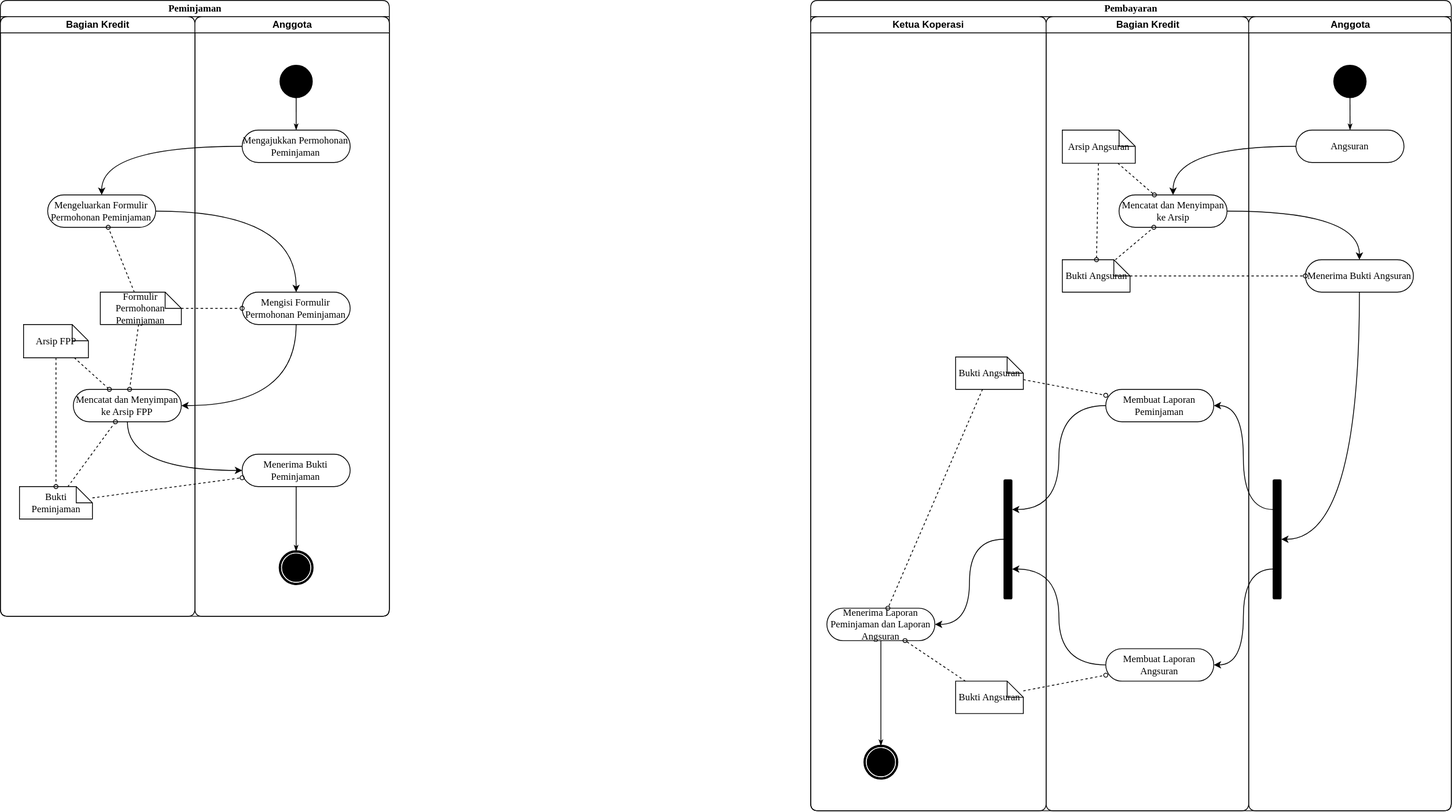
Above: apb-koperasi.drawio.svg in fauzan-radji/diagrams (draw.io), before the change. Source tidied: cells renumbered, new cells last; positions are measured from the earlier drawing's top-left corner, leaving out a move shared by most shapes.
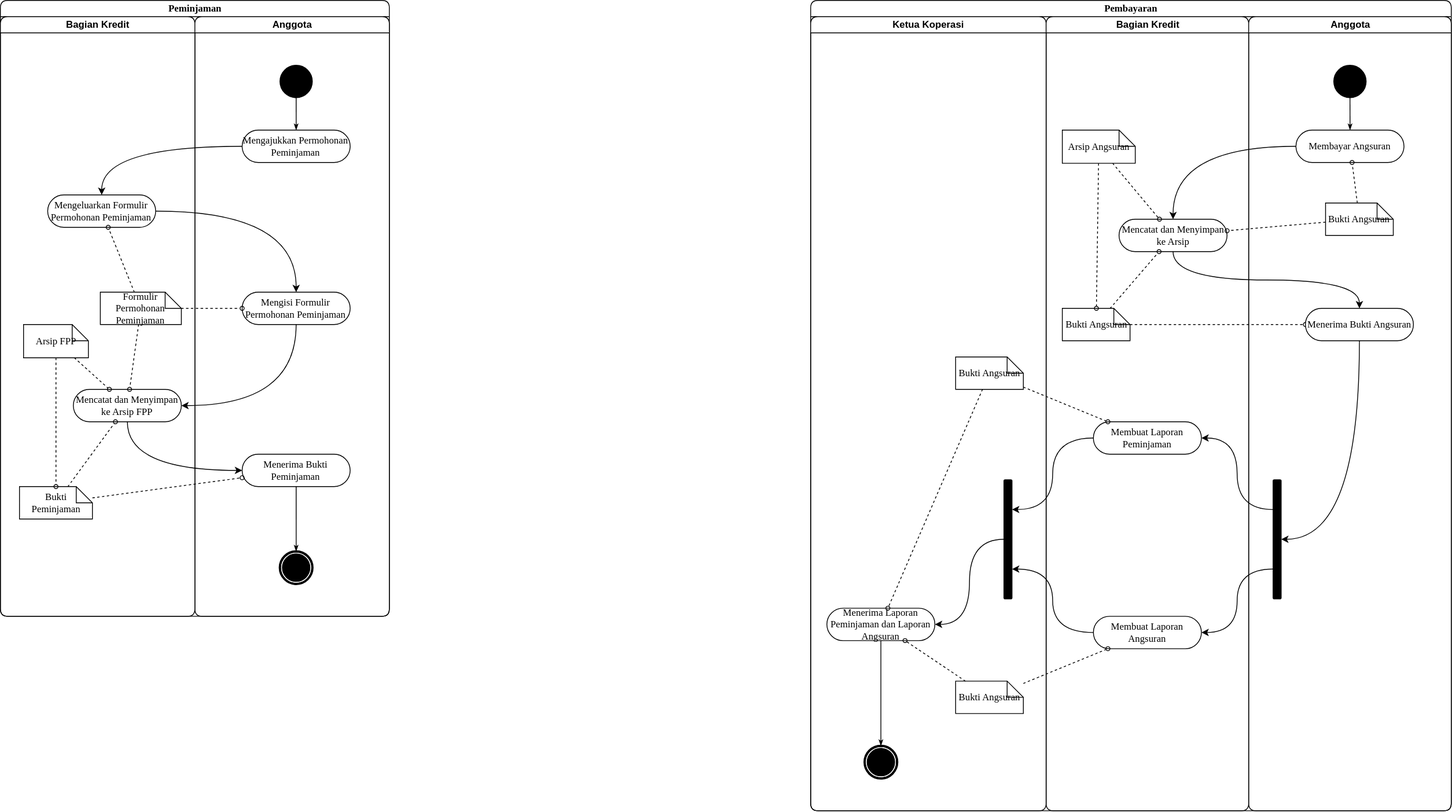
After the change.

Change to the diagram source:
```diff
@@ -119,11 +119,14 @@
     <mxCell id="40" style="edgeStyle=orthogonalEdgeStyle;shape=connector;curved=1;rounded=1;jettySize=auto;html=1;entryX=0.25;entryY=0;entryDx=0;entryDy=0;labelBackgroundColor=default;fontFamily=Helvetica;fontSize=11;fontColor=default;endArrow=classic;strokeColor=default;" parent="28" edge="1" source="48" target="35">
       <mxGeometry relative="1" as="geometry" />
     </mxCell>
+    <mxCell id="62" style="edgeStyle=none;rounded=1;html=1;dashed=1;labelBackgroundColor=none;startArrow=none;startFill=0;startSize=5;endArrow=oval;endFill=0;endSize=5;jettySize=auto;strokeWidth=1;fontFamily=Verdana;fontSize=12;curved=1;" parent="28" edge="1" source="45" target="59">
+      <mxGeometry relative="1" as="geometry" />
+    </mxCell>
     <mxCell id="41" value="Bagian Kredit" style="swimlane;html=1;startSize=20;rounded=1;" parent="28" vertex="1">
       <mxGeometry x="290.6" y="20" width="250" height="980" as="geometry" />
     </mxCell>
     <mxCell id="42" value="Mencatat dan Menyimpan ke Arsip" style="rounded=1;html=1;shadow=0;comic=0;labelBackgroundColor=none;strokeWidth=1;fontFamily=Verdana;fontSize=12;align=center;arcSize=50;whiteSpace=wrap;labelBorderColor=none;glass=0;sketch=0;" parent="41" vertex="1">
-      <mxGeometry x="90" y="220" width="133.3" height="40" as="geometry" />
+      <mxGeometry x="90" y="250" width="133.3" height="40" as="geometry" />
     </mxCell>
     <mxCell id="43" value="Arsip Angsuran" style="shape=note;whiteSpace=wrap;html=1;rounded=1;shadow=0;comic=0;labelBackgroundColor=none;strokeWidth=1;fontFamily=Verdana;fontSize=12;align=center;size=20;" parent="41" vertex="1">
       <mxGeometry x="20" y="140" width="90" height="41" as="geometry" />
@@ -132,7 +135,7 @@
       <mxGeometry relative="1" as="geometry" />
     </mxCell>
     <mxCell id="45" value="Bukti Angsuran" style="shape=note;whiteSpace=wrap;html=1;rounded=1;shadow=0;comic=0;labelBackgroundColor=none;strokeWidth=1;fontFamily=Verdana;fontSize=12;align=center;size=20;" parent="41" vertex="1">
-      <mxGeometry x="20" y="300" width="83.6" height="40" as="geometry" />
+      <mxGeometry x="20" y="360" width="83.6" height="40" as="geometry" />
     </mxCell>
     <mxCell id="46" style="edgeStyle=none;rounded=1;html=1;dashed=1;labelBackgroundColor=none;startArrow=none;startFill=0;startSize=5;endArrow=oval;endFill=0;endSize=5;jettySize=auto;strokeWidth=1;fontFamily=Verdana;fontSize=12;curved=1;" parent="41" edge="1" source="43" target="45">
       <mxGeometry relative="1" as="geometry" />
@@ -141,10 +144,10 @@
       <mxGeometry relative="1" as="geometry" />
     </mxCell>
     <mxCell id="48" value="Membuat Laporan Peminjaman" style="rounded=1;html=1;shadow=0;comic=0;labelBackgroundColor=none;strokeWidth=1;fontFamily=Verdana;fontSize=12;align=center;arcSize=50;whiteSpace=wrap;labelBorderColor=none;glass=0;sketch=0;" parent="41" vertex="1">
-      <mxGeometry x="73.6" y="460" width="133.3" height="40" as="geometry" />
+      <mxGeometry x="58.3" y="500" width="133.3" height="40" as="geometry" />
     </mxCell>
     <mxCell id="49" value="Membuat Laporan Angsuran" style="rounded=1;html=1;shadow=0;comic=0;labelBackgroundColor=none;strokeWidth=1;fontFamily=Verdana;fontSize=12;align=center;arcSize=50;whiteSpace=wrap;labelBorderColor=none;glass=0;sketch=0;" parent="41" vertex="1">
-      <mxGeometry x="73.6" y="780" width="133.3" height="40" as="geometry" />
+      <mxGeometry x="58.3" y="740" width="133.3" height="40" as="geometry" />
     </mxCell>
     <mxCell id="50" style="edgeStyle=orthogonalEdgeStyle;shape=connector;curved=1;rounded=1;jettySize=auto;html=1;exitX=0.75;exitY=1;exitDx=0;exitDy=0;entryX=1;entryY=0.5;entryDx=0;entryDy=0;labelBackgroundColor=default;fontFamily=Helvetica;fontSize=11;fontColor=default;endArrow=classic;strokeColor=default;" parent="28" edge="1" source="60" target="49">
       <mxGeometry relative="1" as="geometry" />
@@ -167,26 +170,32 @@
     <mxCell id="56" style="ellipse;whiteSpace=wrap;html=1;rounded=1;shadow=0;comic=0;labelBackgroundColor=none;strokeWidth=1;fillColor=#000000;fontFamily=Verdana;fontSize=12;align=center;" parent="54" vertex="1">
       <mxGeometry x="105" y="60" width="40" height="40" as="geometry" />
     </mxCell>
-    <mxCell id="57" value="Angsuran" style="rounded=1;html=1;shadow=0;comic=0;labelBackgroundColor=none;strokeWidth=1;fontFamily=Verdana;fontSize=12;align=center;arcSize=50;whiteSpace=wrap;labelBorderColor=none;glass=0;sketch=0;" parent="54" vertex="1">
+    <mxCell id="57" value="Membayar Angsuran" style="rounded=1;html=1;shadow=0;comic=0;labelBackgroundColor=none;strokeWidth=1;fontFamily=Verdana;fontSize=12;align=center;arcSize=50;whiteSpace=wrap;labelBorderColor=none;glass=0;sketch=0;" parent="54" vertex="1">
       <mxGeometry x="58.3" y="140" width="133.3" height="40" as="geometry" />
     </mxCell>
     <mxCell id="58" style="edgeStyle=orthogonalEdgeStyle;shape=connector;curved=1;rounded=1;jettySize=auto;html=1;entryX=0.5;entryY=0;entryDx=0;entryDy=0;labelBackgroundColor=default;fontFamily=Helvetica;fontSize=11;fontColor=default;endArrow=classic;strokeColor=default;exitX=0.5;exitY=1;exitDx=0;exitDy=0;" parent="54" edge="1" source="59" target="60">
       <mxGeometry relative="1" as="geometry" />
     </mxCell>
     <mxCell id="59" value="Menerima Bukti Angsuran" style="rounded=1;html=1;shadow=0;comic=0;labelBackgroundColor=none;strokeWidth=1;fontFamily=Verdana;fontSize=12;align=center;arcSize=50;whiteSpace=wrap;labelBorderColor=none;glass=0;sketch=0;" parent="54" vertex="1">
-      <mxGeometry x="70" y="300" width="133.3" height="40" as="geometry" />
+      <mxGeometry x="70" y="360" width="133.3" height="40" as="geometry" />
     </mxCell>
     <mxCell id="60" style="whiteSpace=wrap;html=1;rounded=1;shadow=0;comic=0;labelBackgroundColor=none;strokeWidth=1;fillColor=#000000;fontFamily=Verdana;fontSize=12;align=center;rotation=90;" parent="54" vertex="1">
       <mxGeometry x="-38.4" y="640" width="147" height="10" as="geometry" />
     </mxCell>
+    <mxCell id="64" value="Bukti Angsuran" style="shape=note;whiteSpace=wrap;html=1;rounded=1;shadow=0;comic=0;labelBackgroundColor=none;strokeWidth=1;fontFamily=Verdana;fontSize=12;align=center;size=20;" parent="54" vertex="1">
+      <mxGeometry x="94.9" y="230" width="83.6" height="40" as="geometry" />
+    </mxCell>
+    <mxCell id="65" style="edgeStyle=none;rounded=1;html=1;dashed=1;labelBackgroundColor=none;startArrow=none;startFill=0;startSize=5;endArrow=oval;endFill=0;endSize=5;jettySize=auto;strokeWidth=1;fontFamily=Verdana;fontSize=12;curved=1;" parent="54" edge="1" source="64" target="57">
+      <mxGeometry relative="1" as="geometry" />
+    </mxCell>
     <mxCell id="61" style="edgeStyle=orthogonalEdgeStyle;shape=connector;curved=1;rounded=1;jettySize=auto;html=1;entryX=0.5;entryY=0;entryDx=0;entryDy=0;labelBackgroundColor=default;fontFamily=Helvetica;fontSize=11;fontColor=default;endArrow=classic;strokeColor=default;" parent="28" edge="1" source="57" target="42">
       <mxGeometry relative="1" as="geometry" />
     </mxCell>
-    <mxCell id="62" style="edgeStyle=none;rounded=1;html=1;dashed=1;labelBackgroundColor=none;startArrow=none;startFill=0;startSize=5;endArrow=oval;endFill=0;endSize=5;jettySize=auto;strokeWidth=1;fontFamily=Verdana;fontSize=12;curved=1;" parent="28" edge="1" source="45" target="59">
-      <mxGeometry relative="1" as="geometry" />
-    </mxCell>
-    <mxCell id="63" style="edgeStyle=orthogonalEdgeStyle;shape=connector;curved=1;rounded=1;jettySize=auto;html=1;entryX=0.5;entryY=0;entryDx=0;entryDy=0;labelBackgroundColor=default;fontFamily=Helvetica;fontSize=11;fontColor=default;endArrow=classic;strokeColor=default;" parent="28" edge="1" source="42" target="59">
+    <mxCell id="63" style="edgeStyle=orthogonalEdgeStyle;shape=connector;curved=1;rounded=1;jettySize=auto;html=1;entryX=0.5;entryY=0;entryDx=0;entryDy=0;labelBackgroundColor=default;fontFamily=Helvetica;fontSize=11;fontColor=default;endArrow=classic;strokeColor=default;exitX=0.5;exitY=1;exitDx=0;exitDy=0;" parent="28" edge="1" source="42" target="59">
       <mxGeometry relative="1" as="geometry" />
     </mxCell>
+    <mxCell id="66" style="edgeStyle=none;rounded=1;html=1;dashed=1;labelBackgroundColor=none;startArrow=none;startFill=0;startSize=5;endArrow=oval;endFill=0;endSize=5;jettySize=auto;strokeWidth=1;fontFamily=Verdana;fontSize=12;curved=1;" parent="28" edge="1" source="64" target="42">
+      <mxGeometry relative="1" as="geometry" />
+    </mxCell>
   </root>
 </mxGraphModel>
```
